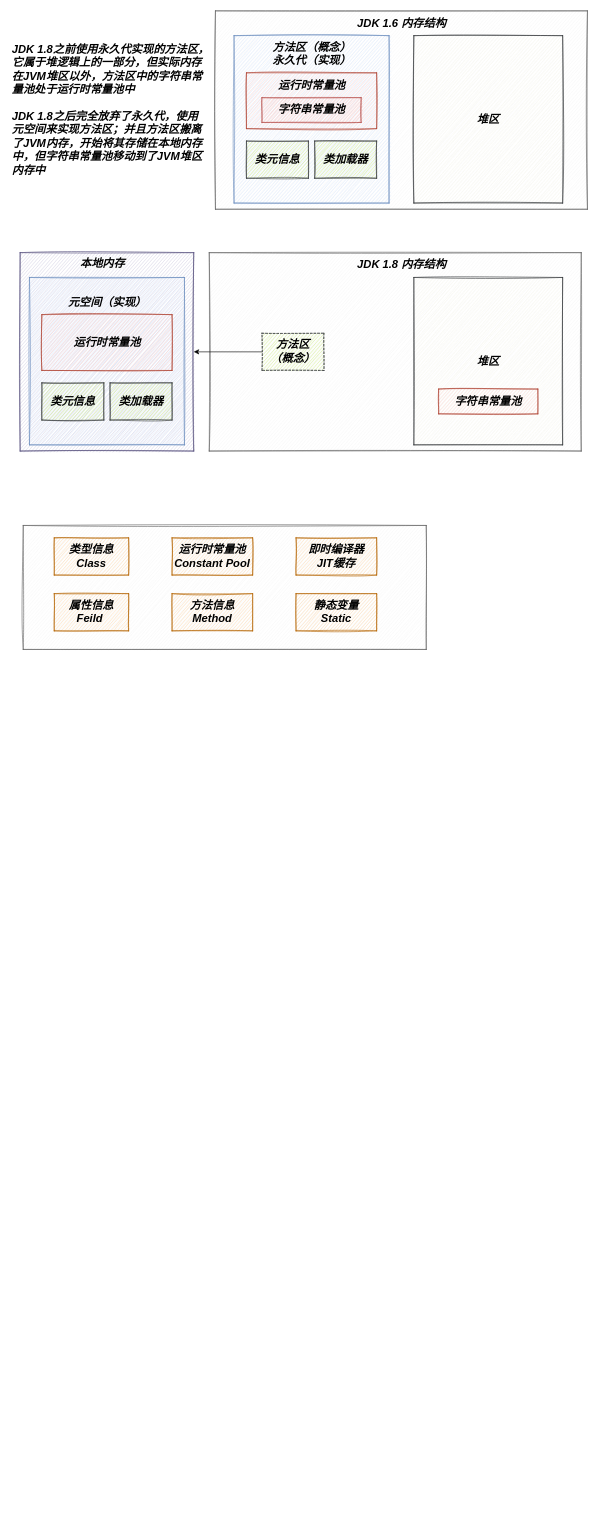
Above: Method.drawio in Bukayoooo/Draws (draw.io), before the change. Source tidied: cells renumbered, new cells numbered last; positions are measured from the earlier drawing's top-left corner, leaving out a move shared by most shapes. Both pictures are drawn from the tidied source at 62%, with x=0, y=0 at pixel (11, 11).
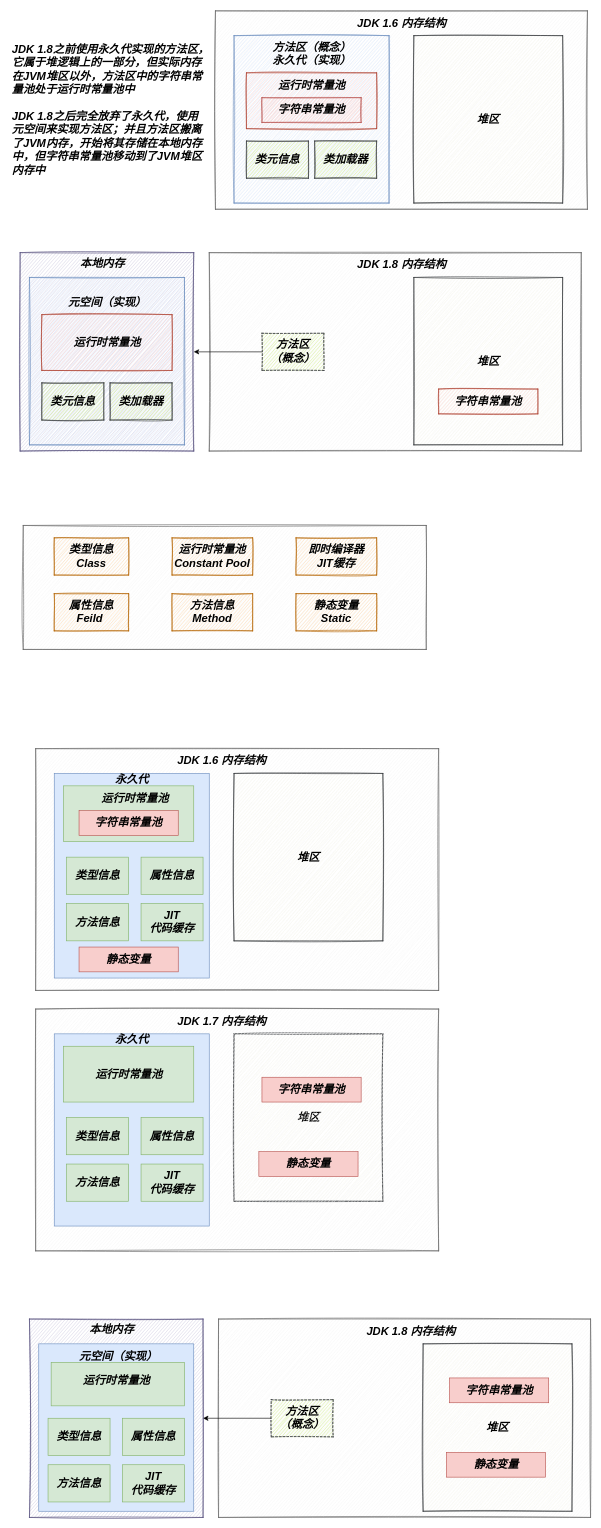
The same page after the edit.

The edit, as a diff of the source:
```diff
@@
+    <mxCell id="34" value="&lt;b&gt;&lt;i&gt;堆区&lt;/i&gt;&lt;/b&gt;" style="rounded=0;whiteSpace=wrap;html=1;sketch=1;fontSize=18;fillColor=#f9f7ed;strokeColor=#36393d;" parent="1" vertex="1">
+      <mxGeometry x="360" y="1650" width="240" height="270" as="geometry" />
+    </mxCell>
@@
+    <mxCell id="35" style="rounded=0;whiteSpace=wrap;html=1;fillColor=#f5f5f5;fontColor=#333333;strokeColor=#666666;sketch=1;" parent="1" vertex="1">
+      <mxGeometry x="40" y="1190" width="650" height="390" as="geometry" />
+    </mxCell>
+    <mxCell id="36" value="&lt;font style=&quot;font-size: 18px;&quot;&gt;&lt;b&gt;&lt;i&gt;JDK 1.6 内存结构&lt;/i&gt;&lt;/b&gt;&lt;/font&gt;" style="text;html=1;align=center;verticalAlign=middle;strokeColor=none;fillColor=none;" parent="1" vertex="1">
+      <mxGeometry x="260" y="1200" width="160" height="20" as="geometry" />
+    </mxCell>
+    <mxCell id="37" style="rounded=0;whiteSpace=wrap;html=1;sketch=0;fontSize=18;fillColor=#dae8fc;strokeColor=#6c8ebf;" parent="1" vertex="1">
+      <mxGeometry x="70" y="1230" width="250" height="330" as="geometry" />
+    </mxCell>
+    <mxCell id="38" value="&lt;font style=&quot;font-size: 18px;&quot;&gt;&lt;b&gt;&lt;i&gt;永久代&lt;br&gt;&lt;/i&gt;&lt;/b&gt;&lt;/font&gt;" style="text;html=1;align=center;verticalAlign=middle;strokeColor=none;fillColor=none;" parent="1" vertex="1">
+      <mxGeometry x="160" y="1230" width="70" height="20" as="geometry" />
+    </mxCell>
+    <mxCell id="39" style="rounded=0;whiteSpace=wrap;html=1;sketch=0;fontSize=18;fillColor=#d5e8d4;strokeColor=#82b366;" parent="1" vertex="1">
+      <mxGeometry x="85" y="1250" width="210" height="90" as="geometry" />
+    </mxCell>
+    <mxCell id="40" value="&lt;font style=&quot;font-size: 18px;&quot;&gt;&lt;b&gt;&lt;i&gt;运行时常量池&lt;/i&gt;&lt;/b&gt;&lt;/font&gt;" style="text;html=1;align=center;verticalAlign=middle;strokeColor=none;fillColor=none;" parent="1" vertex="1">
+      <mxGeometry x="140" y="1260" width="120" height="20" as="geometry" />
+    </mxCell>
+    <mxCell id="41" value="&lt;b&gt;&lt;i&gt;字符串常量池&lt;/i&gt;&lt;/b&gt;" style="rounded=0;whiteSpace=wrap;html=1;sketch=0;fontSize=18;fillColor=#f8cecc;strokeColor=#b85450;" parent="1" vertex="1">
+      <mxGeometry x="110" y="1290" width="160" height="40" as="geometry" />
+    </mxCell>
+    <mxCell id="42" value="&lt;b&gt;&lt;i&gt;类型信息&lt;/i&gt;&lt;/b&gt;" style="rounded=0;whiteSpace=wrap;html=1;sketch=0;fontSize=18;fillColor=#d5e8d4;strokeColor=#82b366;" parent="1" vertex="1">
+      <mxGeometry x="90" y="1365" width="100" height="60" as="geometry" />
+    </mxCell>
+    <mxCell id="43" value="&lt;b&gt;&lt;i&gt;属性信息&lt;/i&gt;&lt;/b&gt;" style="rounded=0;whiteSpace=wrap;html=1;sketch=0;fontSize=18;fillColor=#d5e8d4;strokeColor=#82b366;" parent="1" vertex="1">
+      <mxGeometry x="210" y="1365" width="100" height="60" as="geometry" />
+    </mxCell>
+    <mxCell id="44" value="&lt;b&gt;&lt;i&gt;堆区&lt;/i&gt;&lt;/b&gt;" style="rounded=0;whiteSpace=wrap;html=1;sketch=1;fontSize=18;fillColor=#f9f7ed;strokeColor=#36393d;" parent="1" vertex="1">
+      <mxGeometry x="360" y="1230" width="240" height="270" as="geometry" />
+    </mxCell>
+    <mxCell id="45" value="&lt;b&gt;&lt;i&gt;方法信息&lt;/i&gt;&lt;/b&gt;" style="rounded=0;whiteSpace=wrap;html=1;sketch=0;fontSize=18;fillColor=#d5e8d4;strokeColor=#82b366;" parent="1" vertex="1">
+      <mxGeometry x="90" y="1440" width="100" height="60" as="geometry" />
+    </mxCell>
+    <mxCell id="46" value="&lt;b&gt;&lt;i&gt;JIT&lt;br&gt;代码缓存&lt;/i&gt;&lt;/b&gt;" style="rounded=0;whiteSpace=wrap;html=1;sketch=0;fontSize=18;fillColor=#d5e8d4;strokeColor=#82b366;" parent="1" vertex="1">
+      <mxGeometry x="210" y="1440" width="100" height="60" as="geometry" />
+    </mxCell>
+    <mxCell id="47" value="&lt;b&gt;&lt;i&gt;静态变量&lt;/i&gt;&lt;/b&gt;" style="rounded=0;whiteSpace=wrap;html=1;sketch=0;fontSize=18;fillColor=#f8cecc;strokeColor=#b85450;" parent="1" vertex="1">
+      <mxGeometry x="110" y="1510" width="160" height="40" as="geometry" />
+    </mxCell>
+    <mxCell id="48" style="rounded=0;whiteSpace=wrap;html=1;fillColor=#f5f5f5;fontColor=#333333;strokeColor=#666666;sketch=1;" parent="1" vertex="1">
+      <mxGeometry x="40" y="1610" width="650" height="390" as="geometry" />
+    </mxCell>
+    <mxCell id="49" value="&lt;font style=&quot;font-size: 18px;&quot;&gt;&lt;b&gt;&lt;i&gt;JDK 1.7 内存结构&lt;/i&gt;&lt;/b&gt;&lt;/font&gt;" style="text;html=1;align=center;verticalAlign=middle;strokeColor=none;fillColor=none;" parent="1" vertex="1">
+      <mxGeometry x="260" y="1620" width="160" height="20" as="geometry" />
+    </mxCell>
+    <mxCell id="50" style="rounded=0;whiteSpace=wrap;html=1;sketch=0;fontSize=18;fillColor=#dae8fc;strokeColor=#6c8ebf;" parent="1" vertex="1">
+      <mxGeometry x="70" y="1650" width="250" height="310" as="geometry" />
+    </mxCell>
+    <mxCell id="51" value="&lt;font style=&quot;font-size: 18px;&quot;&gt;&lt;b&gt;&lt;i&gt;永久代&lt;br&gt;&lt;/i&gt;&lt;/b&gt;&lt;/font&gt;" style="text;html=1;align=center;verticalAlign=middle;strokeColor=none;fillColor=none;" parent="1" vertex="1">
+      <mxGeometry x="160" y="1650" width="70" height="20" as="geometry" />
+    </mxCell>
+    <mxCell id="52" style="rounded=0;whiteSpace=wrap;html=1;sketch=0;fontSize=18;fillColor=#d5e8d4;strokeColor=#82b366;" parent="1" vertex="1">
+      <mxGeometry x="85" y="1670" width="210" height="90" as="geometry" />
+    </mxCell>
+    <mxCell id="53" value="&lt;font style=&quot;font-size: 18px;&quot;&gt;&lt;b&gt;&lt;i&gt;运行时常量池&lt;/i&gt;&lt;/b&gt;&lt;/font&gt;" style="text;html=1;align=center;verticalAlign=middle;strokeColor=none;fillColor=none;" parent="1" vertex="1">
+      <mxGeometry x="130" y="1705" width="120" height="20" as="geometry" />
+    </mxCell>
+    <mxCell id="54" value="&lt;b&gt;&lt;i&gt;字符串常量池&lt;/i&gt;&lt;/b&gt;" style="rounded=0;whiteSpace=wrap;html=1;sketch=0;fontSize=18;fillColor=#f8cecc;strokeColor=#b85450;" parent="1" vertex="1">
+      <mxGeometry x="405" y="1720" width="160" height="40" as="geometry" />
+    </mxCell>
+    <mxCell id="55" value="&lt;b&gt;&lt;i&gt;类型信息&lt;/i&gt;&lt;/b&gt;" style="rounded=0;whiteSpace=wrap;html=1;sketch=0;fontSize=18;fillColor=#d5e8d4;strokeColor=#82b366;" parent="1" vertex="1">
+      <mxGeometry x="90" y="1785" width="100" height="60" as="geometry" />
+    </mxCell>
+    <mxCell id="56" value="&lt;b&gt;&lt;i&gt;属性信息&lt;/i&gt;&lt;/b&gt;" style="rounded=0;whiteSpace=wrap;html=1;sketch=0;fontSize=18;fillColor=#d5e8d4;strokeColor=#82b366;" parent="1" vertex="1">
+      <mxGeometry x="210" y="1785" width="100" height="60" as="geometry" />
+    </mxCell>
+    <mxCell id="57" value="&lt;b&gt;&lt;i&gt;方法信息&lt;/i&gt;&lt;/b&gt;" style="rounded=0;whiteSpace=wrap;html=1;sketch=0;fontSize=18;fillColor=#d5e8d4;strokeColor=#82b366;" parent="1" vertex="1">
+      <mxGeometry x="90" y="1860" width="100" height="60" as="geometry" />
+    </mxCell>
+    <mxCell id="58" value="&lt;b&gt;&lt;i&gt;JIT&lt;br&gt;代码缓存&lt;/i&gt;&lt;/b&gt;" style="rounded=0;whiteSpace=wrap;html=1;sketch=0;fontSize=18;fillColor=#d5e8d4;strokeColor=#82b366;" parent="1" vertex="1">
+      <mxGeometry x="210" y="1860" width="100" height="60" as="geometry" />
+    </mxCell>
+    <mxCell id="59" value="&lt;b&gt;&lt;i&gt;静态变量&lt;/i&gt;&lt;/b&gt;" style="rounded=0;whiteSpace=wrap;html=1;sketch=0;fontSize=18;fillColor=#f8cecc;strokeColor=#b85450;" parent="1" vertex="1">
+      <mxGeometry x="400" y="1840" width="160" height="40" as="geometry" />
+    </mxCell>
+    <mxCell id="60" style="rounded=0;whiteSpace=wrap;html=1;shadow=0;sketch=1;fontSize=18;fillColor=#d0cee2;strokeColor=#56517e;" parent="1" vertex="1">
+      <mxGeometry x="30" y="2110" width="280" height="320" as="geometry" />
+    </mxCell>
+    <mxCell id="61" style="rounded=0;whiteSpace=wrap;html=1;fillColor=#f5f5f5;fontColor=#333333;strokeColor=#666666;sketch=1;" parent="1" vertex="1">
+      <mxGeometry x="335" y="2110" width="600" height="320" as="geometry" />
+    </mxCell>
+    <mxCell id="62" value="&lt;b&gt;&lt;i&gt;堆区&lt;/i&gt;&lt;/b&gt;" style="rounded=0;whiteSpace=wrap;html=1;sketch=1;fontSize=18;fillColor=#f9f7ed;strokeColor=#36393d;shadow=0;" parent="1" vertex="1">
+      <mxGeometry x="665" y="2150" width="240" height="270" as="geometry" />
+    </mxCell>
+    <mxCell id="63" value="&lt;font style=&quot;font-size: 18px;&quot;&gt;&lt;b&gt;&lt;i&gt;JDK 1.8 内存结构&lt;/i&gt;&lt;/b&gt;&lt;/font&gt;" style="text;html=1;align=center;verticalAlign=middle;strokeColor=none;fillColor=none;" parent="1" vertex="1">
+      <mxGeometry x="565" y="2120" width="160" height="20" as="geometry" />
+    </mxCell>
+    <mxCell id="64" style="rounded=0;whiteSpace=wrap;html=1;sketch=0;fontSize=18;fillColor=#dae8fc;strokeColor=#6c8ebf;" parent="1" vertex="1">
+      <mxGeometry x="45" y="2150" width="250" height="270" as="geometry" />
+    </mxCell>
+    <mxCell id="65" value="&lt;font style=&quot;font-size: 18px;&quot;&gt;&lt;b&gt;&lt;i&gt;&lt;br&gt;元空间（实现）&lt;br&gt;&lt;/i&gt;&lt;/b&gt;&lt;/font&gt;" style="text;html=1;align=center;verticalAlign=middle;strokeColor=none;fillColor=none;" parent="1" vertex="1">
+      <mxGeometry x="102.5" y="2140" width="140" height="40" as="geometry" />
+    </mxCell>
+    <mxCell id="66" style="rounded=0;whiteSpace=wrap;html=1;sketch=0;fontSize=18;fillColor=#d5e8d4;strokeColor=#82b366;" parent="1" vertex="1">
+      <mxGeometry x="65" y="2180" width="215" height="70" as="geometry" />
+    </mxCell>
+    <mxCell id="67" value="&lt;font style=&quot;font-size: 18px;&quot;&gt;&lt;b&gt;&lt;i&gt;运行时常量池&lt;/i&gt;&lt;/b&gt;&lt;/font&gt;" style="text;html=1;align=center;verticalAlign=middle;strokeColor=none;fillColor=none;" parent="1" vertex="1">
+      <mxGeometry x="110" y="2200" width="120" height="20" as="geometry" />
+    </mxCell>
+    <mxCell id="68" value="&lt;b style=&quot;color: rgb(0, 0, 0); font-family: Helvetica; font-size: 18px; font-style: normal; font-variant-ligatures: normal; font-variant-caps: normal; letter-spacing: normal; orphans: 2; text-align: center; text-indent: 0px; text-transform: none; widows: 2; word-spacing: 0px; -webkit-text-stroke-width: 0px; background-color: rgb(248, 249, 250); text-decoration-thickness: initial; text-decoration-style: initial; text-decoration-color: initial;&quot;&gt;&lt;i&gt;本地内存&lt;/i&gt;&lt;/b&gt;" style="text;whiteSpace=wrap;html=1;fontSize=18;" parent="1" vertex="1">
+      <mxGeometry x="125" y="2110" width="170" height="40" as="geometry" />
+    </mxCell>
+    <mxCell id="69" style="edgeStyle=orthogonalEdgeStyle;rounded=0;jettySize=auto;html=1;fontSize=18;" parent="1" edge="1" source="70" target="60">
+      <mxGeometry relative="1" as="geometry" />
+    </mxCell>
+    <mxCell id="70" value="&lt;b style=&quot;&quot;&gt;&lt;i&gt;方法区&lt;br&gt;（概念）&lt;/i&gt;&lt;/b&gt;" style="rounded=0;whiteSpace=wrap;html=1;sketch=1;fontSize=18;fillColor=#cdeb8b;strokeColor=#36393d;dashed=1;" parent="1" vertex="1">
+      <mxGeometry x="420" y="2240" width="100" height="60" as="geometry" />
+    </mxCell>
+    <mxCell id="71" value="&lt;b&gt;&lt;i&gt;类型信息&lt;/i&gt;&lt;/b&gt;" style="rounded=0;whiteSpace=wrap;html=1;sketch=0;fontSize=18;fillColor=#d5e8d4;strokeColor=#82b366;" parent="1" vertex="1">
+      <mxGeometry x="60" y="2270" width="100" height="60" as="geometry" />
+    </mxCell>
+    <mxCell id="72" value="&lt;b&gt;&lt;i&gt;属性信息&lt;/i&gt;&lt;/b&gt;" style="rounded=0;whiteSpace=wrap;html=1;sketch=0;fontSize=18;fillColor=#d5e8d4;strokeColor=#82b366;" parent="1" vertex="1">
+      <mxGeometry x="180" y="2270" width="100" height="60" as="geometry" />
+    </mxCell>
+    <mxCell id="73" value="&lt;b&gt;&lt;i&gt;方法信息&lt;/i&gt;&lt;/b&gt;" style="rounded=0;whiteSpace=wrap;html=1;sketch=0;fontSize=18;fillColor=#d5e8d4;strokeColor=#82b366;" parent="1" vertex="1">
+      <mxGeometry x="60" y="2345" width="100" height="60" as="geometry" />
+    </mxCell>
+    <mxCell id="74" value="&lt;b&gt;&lt;i&gt;JIT&lt;br&gt;代码缓存&lt;/i&gt;&lt;/b&gt;" style="rounded=0;whiteSpace=wrap;html=1;sketch=0;fontSize=18;fillColor=#d5e8d4;strokeColor=#82b366;" parent="1" vertex="1">
+      <mxGeometry x="180" y="2345" width="100" height="60" as="geometry" />
+    </mxCell>
+    <mxCell id="75" value="&lt;b&gt;&lt;i&gt;字符串常量池&lt;/i&gt;&lt;/b&gt;" style="rounded=0;whiteSpace=wrap;html=1;sketch=0;fontSize=18;fillColor=#f8cecc;strokeColor=#b85450;" parent="1" vertex="1">
+      <mxGeometry x="707.5" y="2205" width="160" height="40" as="geometry" />
+    </mxCell>
+    <mxCell id="76" value="&lt;b&gt;&lt;i&gt;静态变量&lt;/i&gt;&lt;/b&gt;" style="rounded=0;whiteSpace=wrap;html=1;sketch=0;fontSize=18;fillColor=#f8cecc;strokeColor=#b85450;" parent="1" vertex="1">
+      <mxGeometry x="702.5" y="2325" width="160" height="40" as="geometry" />
+    </mxCell>
```
